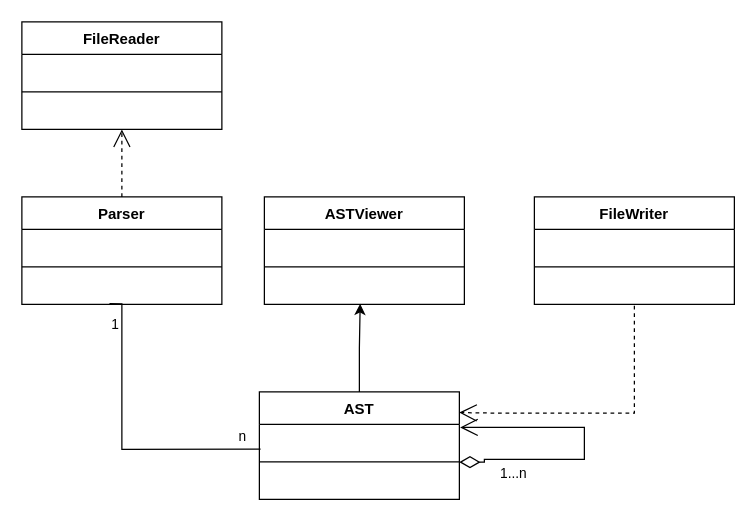
Earlier version of the draw.io diagram 类图.drawio (Olive-2019/drawio-source). Source tidied: cells renumbered, new cells numbered last; positions are measured from the earlier drawing's top-left corner, leaving out a move shared by most shapes. Both pictures are drawn from the tidied source at 125%, with x=0, y=0 at pixel (21, 21).
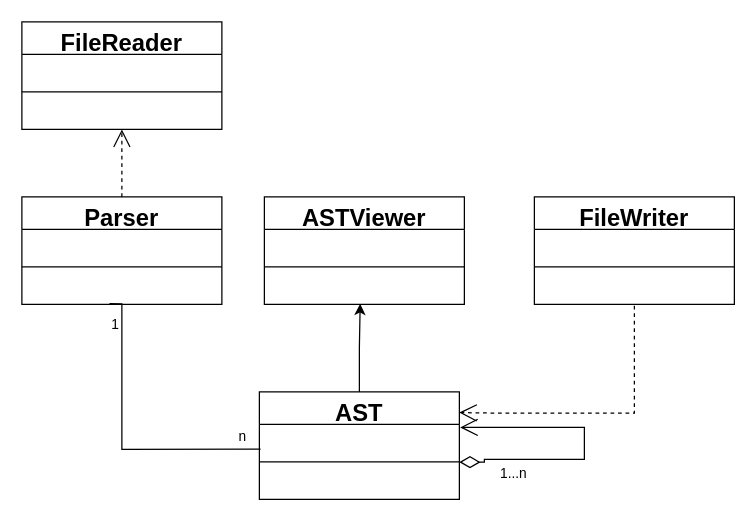
The same page after the edit.

The edit, as a diff of the source:
```diff
@@
-    <mxCell id="2" value="Parser" style="swimlane;fontStyle=1;align=center;verticalAlign=top;horizontal=1;startSize=26;whiteSpace=wrap;html=1;" parent="1" vertex="1">
+    <mxCell id="2" value="Parser" style="swimlane;fontStyle=1;align=center;verticalAlign=top;horizontal=1;startSize=26;whiteSpace=wrap;html=1;fontSize=19;" parent="1" vertex="1">
       <mxGeometry y="140" width="160" height="86" as="geometry" />
     </mxCell>
@@
-    <mxCell id="6" value="ASTViewer" style="swimlane;fontStyle=1;align=center;verticalAlign=top;horizontal=1;startSize=26;whiteSpace=wrap;html=1;" parent="1" vertex="1">
+    <mxCell id="6" value="ASTViewer" style="swimlane;fontStyle=1;align=center;verticalAlign=top;horizontal=1;startSize=26;whiteSpace=wrap;html=1;fontSize=19;" parent="1" vertex="1">
       <mxGeometry x="194" y="140" width="160" height="86" as="geometry" />
     </mxCell>
@@
-    <mxCell id="10" value="FileReader" style="swimlane;fontStyle=1;align=center;verticalAlign=top;horizontal=1;startSize=26;whiteSpace=wrap;html=1;" parent="1" vertex="1">
+    <mxCell id="10" value="FileReader" style="swimlane;fontStyle=1;align=center;verticalAlign=top;horizontal=1;startSize=26;whiteSpace=wrap;html=1;fontSize=19;" parent="1" vertex="1">
       <mxGeometry width="160" height="86" as="geometry" />
     </mxCell>
@@
-    <mxCell id="14" value="FileWriter" style="swimlane;fontStyle=1;align=center;verticalAlign=top;horizontal=1;startSize=26;whiteSpace=wrap;html=1;" parent="1" vertex="1">
+    <mxCell id="14" value="FileWriter" style="swimlane;fontStyle=1;align=center;verticalAlign=top;horizontal=1;startSize=26;whiteSpace=wrap;html=1;fontSize=19;" parent="1" vertex="1">
       <mxGeometry x="410" y="140" width="160" height="86" as="geometry" />
     </mxCell>
@@
-    <mxCell id="18" value="AST" style="swimlane;fontStyle=1;align=center;verticalAlign=top;horizontal=1;startSize=26;whiteSpace=wrap;html=1;" parent="1" vertex="1">
+    <mxCell id="18" value="AST" style="swimlane;fontStyle=1;align=center;verticalAlign=top;horizontal=1;startSize=26;whiteSpace=wrap;html=1;fontSize=19;" parent="1" vertex="1">
       <mxGeometry x="190" y="296" width="160" height="86" as="geometry" />
     </mxCell>
```
